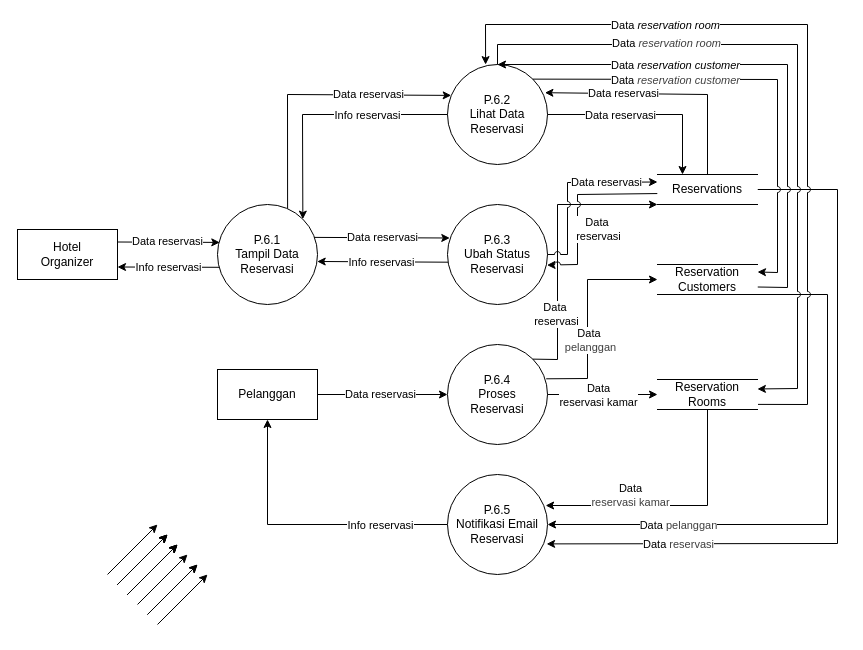
This is diagram/dfd/level-1/p-6-proses-reservasi.drawio from Hans-Star18/ta-booking-system, a draw.io file, before an edit. Source tidied: cells renumbered, new cells numbered last; positions are measured from the earlier drawing's top-left corner, leaving out a move shared by most shapes. Both pictures are drawn from the tidied source at 100%, with x=0, y=0 at pixel (17, 24).
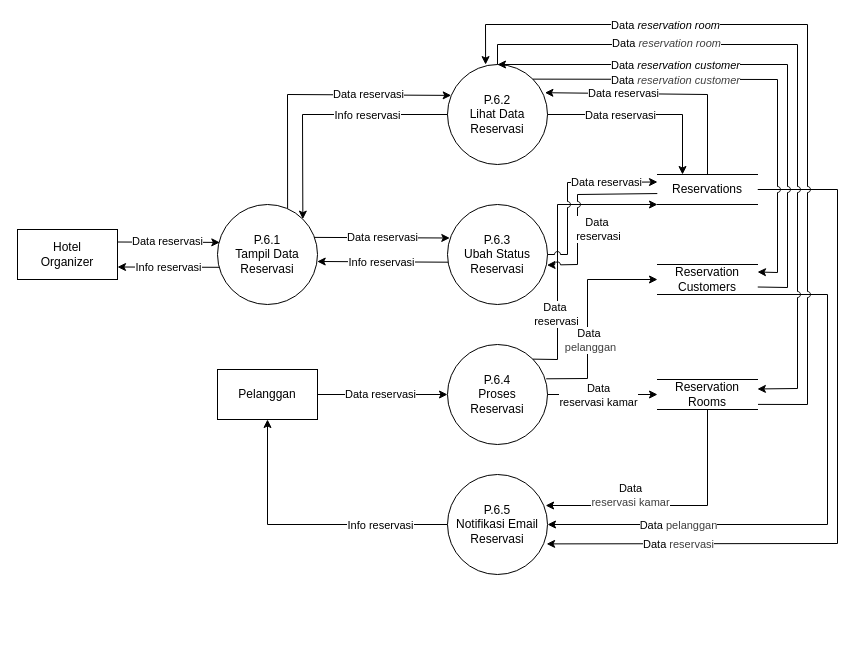
After the change.

Change to the diagram source:
```diff
@@
-    <mxCell id="15" style="endArrow=classic;html=1;rounded=0;curved=0;jumpStyle=arc;" parent="1" edge="1">
-      <mxGeometry relative="1" as="geometry">
-        <mxPoint x="90" y="550" as="sourcePoint" />
-        <mxPoint x="140" y="500" as="targetPoint" />
-      </mxGeometry>
-    </mxCell>
@@
-    <mxCell id="22" style="endArrow=classic;html=1;rounded=0;curved=0;jumpStyle=arc;" parent="1" edge="1">
-      <mxGeometry relative="1" as="geometry">
-        <mxPoint x="100" y="560" as="sourcePoint" />
-        <mxPoint x="150" y="510" as="targetPoint" />
-      </mxGeometry>
-    </mxCell>
@@
-    <mxCell id="27" style="endArrow=classic;html=1;rounded=0;curved=0;jumpStyle=arc;" parent="1" edge="1">
-      <mxGeometry relative="1" as="geometry">
-        <mxPoint x="100" y="560" as="sourcePoint" />
-        <mxPoint x="150" y="510" as="targetPoint" />
-      </mxGeometry>
-    </mxCell>
-    <mxCell id="28" style="endArrow=classic;html=1;rounded=0;curved=0;jumpStyle=arc;" parent="1" edge="1">
-      <mxGeometry relative="1" as="geometry">
-        <mxPoint x="110" y="570" as="sourcePoint" />
-        <mxPoint x="160" y="520" as="targetPoint" />
-      </mxGeometry>
-    </mxCell>
@@
-    <mxCell id="33" style="endArrow=classic;html=1;rounded=0;curved=0;jumpStyle=arc;" parent="1" edge="1">
-      <mxGeometry relative="1" as="geometry">
-        <mxPoint x="100" y="560" as="sourcePoint" />
-        <mxPoint x="150" y="510" as="targetPoint" />
-      </mxGeometry>
-    </mxCell>
-    <mxCell id="34" style="endArrow=classic;html=1;rounded=0;curved=0;jumpStyle=arc;" parent="1" edge="1">
-      <mxGeometry relative="1" as="geometry">
-        <mxPoint x="110" y="570" as="sourcePoint" />
-        <mxPoint x="160" y="520" as="targetPoint" />
-      </mxGeometry>
-    </mxCell>
-    <mxCell id="35" style="endArrow=classic;html=1;rounded=0;curved=0;jumpStyle=arc;" parent="1" edge="1">
-      <mxGeometry relative="1" as="geometry">
-        <mxPoint x="120" y="580" as="sourcePoint" />
-        <mxPoint x="170" y="530" as="targetPoint" />
-      </mxGeometry>
-    </mxCell>
@@
-    <mxCell id="40" style="endArrow=classic;html=1;rounded=0;curved=0;jumpStyle=arc;" parent="1" edge="1">
-      <mxGeometry relative="1" as="geometry">
-        <mxPoint x="100" y="560" as="sourcePoint" />
-        <mxPoint x="150" y="510" as="targetPoint" />
-      </mxGeometry>
-    </mxCell>
-    <mxCell id="41" style="endArrow=classic;html=1;rounded=0;curved=0;jumpStyle=arc;" parent="1" edge="1">
-      <mxGeometry relative="1" as="geometry">
-        <mxPoint x="110" y="570" as="sourcePoint" />
-        <mxPoint x="160" y="520" as="targetPoint" />
-      </mxGeometry>
-    </mxCell>
@@
-    <mxCell id="44" style="endArrow=classic;html=1;rounded=0;curved=0;jumpStyle=arc;" parent="1" edge="1">
-      <mxGeometry relative="1" as="geometry">
-        <mxPoint x="130" y="590" as="sourcePoint" />
-        <mxPoint x="180" y="540" as="targetPoint" />
-      </mxGeometry>
-    </mxCell>
@@
-    <mxCell id="49" style="endArrow=classic;html=1;rounded=0;curved=0;jumpStyle=arc;" parent="1" edge="1">
-      <mxGeometry relative="1" as="geometry">
-        <mxPoint x="110" y="570" as="sourcePoint" />
-        <mxPoint x="160" y="520" as="targetPoint" />
-      </mxGeometry>
-    </mxCell>
@@
-    <mxCell id="52" style="endArrow=classic;html=1;rounded=0;curved=0;jumpStyle=arc;" parent="1" edge="1">
-      <mxGeometry relative="1" as="geometry">
-        <mxPoint x="130" y="590" as="sourcePoint" />
-        <mxPoint x="180" y="540" as="targetPoint" />
-      </mxGeometry>
-    </mxCell>
-    <mxCell id="53" style="endArrow=classic;html=1;rounded=0;curved=0;jumpStyle=arc;" parent="1" edge="1">
-      <mxGeometry relative="1" as="geometry">
-        <mxPoint x="140" y="600" as="sourcePoint" />
-        <mxPoint x="190" y="550" as="targetPoint" />
-      </mxGeometry>
-    </mxCell>
```
